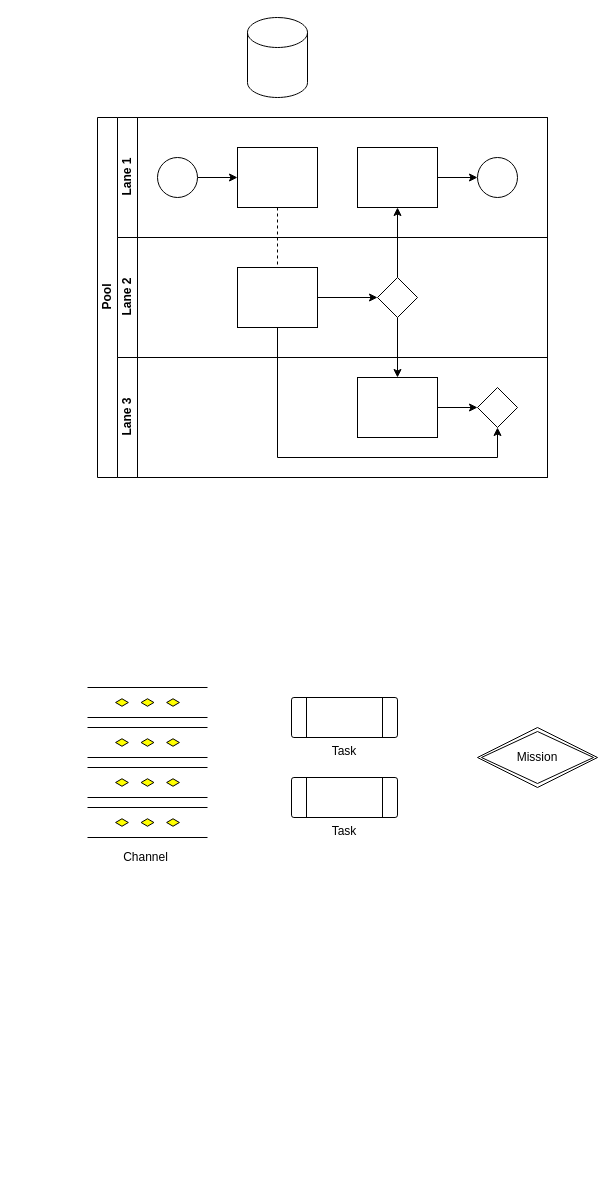
The draw.io diagram test1.drawio in summerxwu/draw.io, before the edit. Source tidied: cells renumbered, new cells numbered last; positions are measured from the earlier drawing's top-left corner, leaving out a move shared by most shapes. Both pictures are drawn from the tidied source at 100%, with x=0, y=0 at pixel (87, 17).
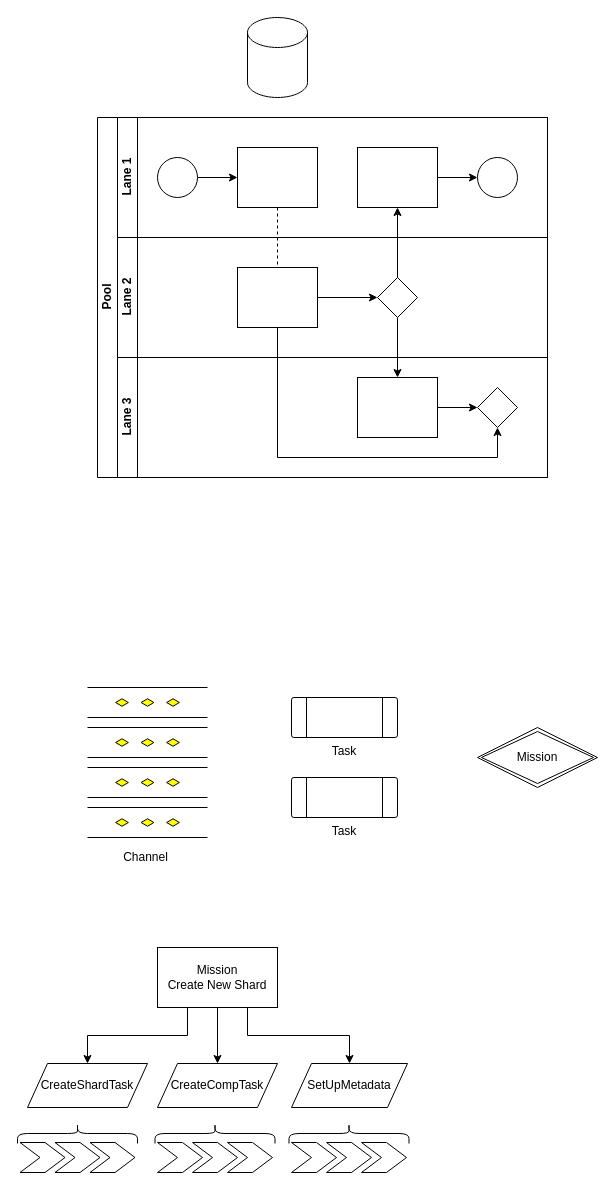
After the change.

What changed in the source:
```diff
@@
+    <mxCell id="31" style="edgeStyle=orthogonalEdgeStyle;rounded=0;jettySize=auto;html=1;exitX=0.25;exitY=1;exitDx=0;exitDy=0;entryX=0.5;entryY=0;entryDx=0;entryDy=0;" parent="1" edge="1" source="34" target="35">
+      <mxGeometry relative="1" as="geometry" />
+    </mxCell>
+    <mxCell id="32" style="edgeStyle=orthogonalEdgeStyle;rounded=0;jettySize=auto;html=1;exitX=0.5;exitY=1;exitDx=0;exitDy=0;" parent="1" edge="1" source="34" target="36">
+      <mxGeometry relative="1" as="geometry" />
+    </mxCell>
+    <mxCell id="33" style="edgeStyle=orthogonalEdgeStyle;rounded=0;jettySize=auto;html=1;exitX=0.75;exitY=1;exitDx=0;exitDy=0;entryX=0.5;entryY=0;entryDx=0;entryDy=0;" parent="1" edge="1" source="34" target="37">
+      <mxGeometry relative="1" as="geometry" />
+    </mxCell>
+    <mxCell id="34" value="Mission&lt;br&gt;Create New Shard" style="rounded=0;whiteSpace=wrap;html=1;" parent="1" vertex="1">
+      <mxGeometry x="70" y="930" width="120" height="60" as="geometry" />
+    </mxCell>
+    <mxCell id="35" value="CreateShardTask" style="shape=parallelogram;perimeter=parallelogramPerimeter;whiteSpace=wrap;html=1;fixedSize=1;" parent="1" vertex="1">
+      <mxGeometry x="-60" y="1046" width="120" height="44" as="geometry" />
+    </mxCell>
+    <mxCell id="36" value="CreateCompTask" style="shape=parallelogram;perimeter=parallelogramPerimeter;whiteSpace=wrap;html=1;fixedSize=1;" parent="1" vertex="1">
+      <mxGeometry x="70" y="1046" width="120" height="44" as="geometry" />
+    </mxCell>
+    <mxCell id="37" value="SetUpMetadata" style="shape=parallelogram;perimeter=parallelogramPerimeter;whiteSpace=wrap;html=1;fixedSize=1;" parent="1" vertex="1">
+      <mxGeometry x="204" y="1046" width="116" height="44" as="geometry" />
+    </mxCell>
+    <mxCell id="38" style="shape=step;perimeter=stepPerimeter;whiteSpace=wrap;html=1;fixedSize=1;" parent="1" vertex="1">
+      <mxGeometry x="-67.5" y="1125" width="45" height="30" as="geometry" />
+    </mxCell>
+    <mxCell id="39" style="shape=step;perimeter=stepPerimeter;whiteSpace=wrap;html=1;fixedSize=1;" parent="1" vertex="1">
+      <mxGeometry x="-32.5" y="1125" width="45" height="30" as="geometry" />
+    </mxCell>
+    <mxCell id="40" style="shape=step;perimeter=stepPerimeter;whiteSpace=wrap;html=1;fixedSize=1;" parent="1" vertex="1">
+      <mxGeometry x="2.5" y="1125" width="45" height="30" as="geometry" />
+    </mxCell>
+    <mxCell id="41" style="shape=curlyBracket;whiteSpace=wrap;html=1;rounded=1;rotation=90;" parent="1" vertex="1">
+      <mxGeometry x="-20" y="1056" width="20" height="120" as="geometry" />
+    </mxCell>
+    <mxCell id="42" style="shape=step;perimeter=stepPerimeter;whiteSpace=wrap;html=1;fixedSize=1;" parent="1" vertex="1">
+      <mxGeometry x="70" y="1125" width="45" height="30" as="geometry" />
+    </mxCell>
+    <mxCell id="43" style="shape=step;perimeter=stepPerimeter;whiteSpace=wrap;html=1;fixedSize=1;" parent="1" vertex="1">
+      <mxGeometry x="105" y="1125" width="45" height="30" as="geometry" />
+    </mxCell>
+    <mxCell id="44" style="shape=step;perimeter=stepPerimeter;whiteSpace=wrap;html=1;fixedSize=1;" parent="1" vertex="1">
+      <mxGeometry x="140" y="1125" width="45" height="30" as="geometry" />
+    </mxCell>
+    <mxCell id="45" style="shape=curlyBracket;whiteSpace=wrap;html=1;rounded=1;rotation=90;" parent="1" vertex="1">
+      <mxGeometry x="117.5" y="1056" width="20" height="120" as="geometry" />
+    </mxCell>
+    <mxCell id="46" style="shape=step;perimeter=stepPerimeter;whiteSpace=wrap;html=1;fixedSize=1;" parent="1" vertex="1">
+      <mxGeometry x="204" y="1125" width="45" height="30" as="geometry" />
+    </mxCell>
+    <mxCell id="47" style="shape=step;perimeter=stepPerimeter;whiteSpace=wrap;html=1;fixedSize=1;" parent="1" vertex="1">
+      <mxGeometry x="239" y="1125" width="45" height="30" as="geometry" />
+    </mxCell>
+    <mxCell id="48" style="shape=step;perimeter=stepPerimeter;whiteSpace=wrap;html=1;fixedSize=1;" parent="1" vertex="1">
+      <mxGeometry x="274" y="1125" width="45" height="30" as="geometry" />
+    </mxCell>
+    <mxCell id="49" style="shape=curlyBracket;whiteSpace=wrap;html=1;rounded=1;rotation=90;" parent="1" vertex="1">
+      <mxGeometry x="251.5" y="1056" width="20" height="120" as="geometry" />
+    </mxCell>
```
